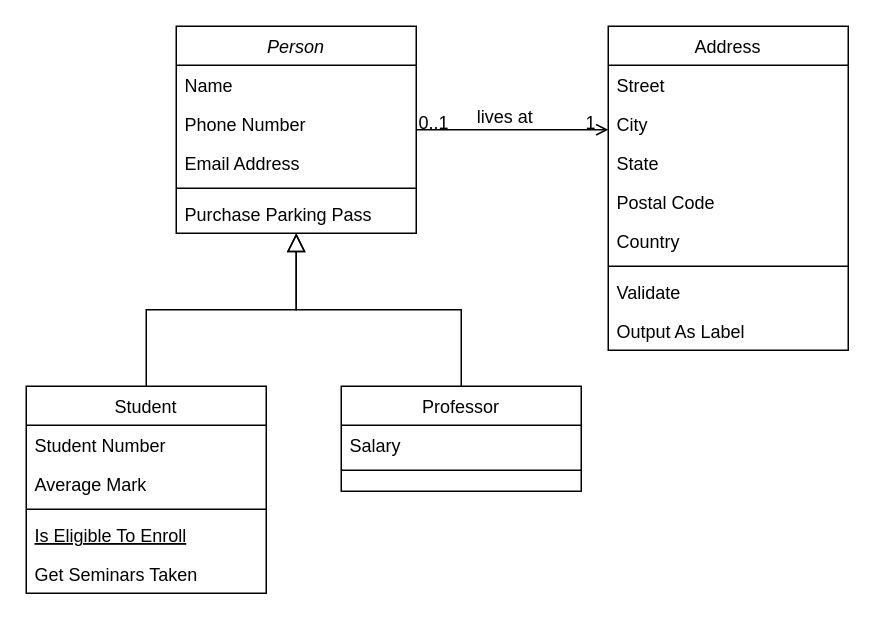
Earlier version of the draw.io diagram Diagram zonder titel.drawio (Luukmuskens/WinFormsBlackJackApp1). Source tidied: cells renumbered, new cells numbered last; positions are measured from the earlier drawing's top-left corner, leaving out a move shared by most shapes. Both pictures are drawn from the tidied source at 150%, with x=0, y=0 at pixel (26, 26).
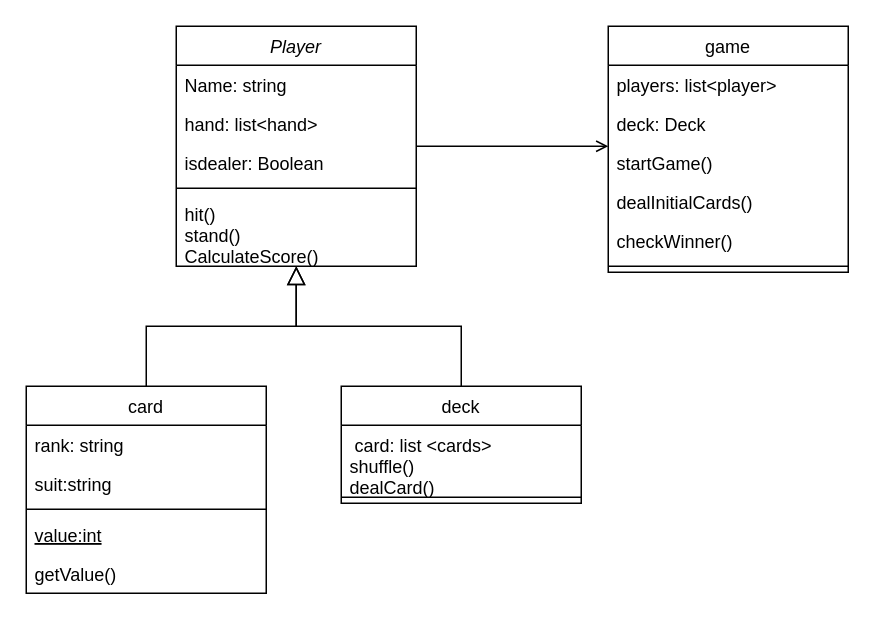
Above is the later version.

Commit message:
blackjack compleet

The change refers to these unchanged cells:
```xml
<mxCell id="28" style="endArrow=open;shadow=0;strokeWidth=1;rounded=0;curved=0;endFill=1;edgeStyle=elbowEdgeStyle;elbow=vertical;" parent="1" edge="1" source="2" target="19">
  <mxGeometry x="0.5" y="41" relative="1" as="geometry">
    <mxPoint x="-40" y="32" as="offset" />
  </mxGeometry>
</mxCell>
```

Change to the diagram source:
```diff
@@
-    <mxCell id="2" value="Person" style="swimlane;fontStyle=2;align=center;verticalAlign=top;horizontal=1;startSize=26;rounded=0;shadow=0;strokeWidth=1;" parent="1" vertex="1">
-      <mxGeometry x="100" width="160" height="138" as="geometry" />
+    <mxCell id="2" value="Player" style="swimlane;fontStyle=2;align=center;verticalAlign=top;horizontal=1;startSize=26;rounded=0;shadow=0;strokeWidth=1;" parent="1" vertex="1">
+      <mxGeometry x="100" width="160" height="160" as="geometry" />
     </mxCell>
-    <mxCell id="3" value="Name" style="text;align=left;verticalAlign=top;spacingLeft=4;spacingRight=4;overflow=hidden;" parent="2" vertex="1">
+    <mxCell id="3" value="Name: string" style="text;align=left;verticalAlign=top;spacingLeft=4;spacingRight=4;overflow=hidden;" parent="2" vertex="1">
       <mxGeometry y="26" width="160" height="26" as="geometry" />
     </mxCell>
-    <mxCell id="4" value="Phone Number" style="text;align=left;verticalAlign=top;spacingLeft=4;spacingRight=4;overflow=hidden;rounded=0;shadow=0;html=0;" parent="2" vertex="1">
+    <mxCell id="4" value="hand: list&lt;hand&gt;" style="text;align=left;verticalAlign=top;spacingLeft=4;spacingRight=4;overflow=hidden;rounded=0;shadow=0;html=0;" parent="2" vertex="1">
       <mxGeometry y="52" width="160" height="26" as="geometry" />
     </mxCell>
-    <mxCell id="5" value="Email Address" style="text;align=left;verticalAlign=top;spacingLeft=4;spacingRight=4;overflow=hidden;rounded=0;shadow=0;html=0;" parent="2" vertex="1">
+    <mxCell id="5" value="isdealer: Boolean " style="text;align=left;verticalAlign=top;spacingLeft=4;spacingRight=4;overflow=hidden;rounded=0;shadow=0;html=0;" parent="2" vertex="1">
       <mxGeometry y="78" width="160" height="26" as="geometry" />
     </mxCell>
@@
-    <mxCell id="7" value="Purchase Parking Pass" style="text;align=left;verticalAlign=top;spacingLeft=4;spacingRight=4;overflow=hidden;" parent="2" vertex="1">
-      <mxGeometry y="112" width="160" height="26" as="geometry" />
+    <mxCell id="7" value="hit()&#10;stand()&#10;CalculateScore()" style="text;align=left;verticalAlign=top;spacingLeft=4;spacingRight=4;overflow=hidden;" parent="2" vertex="1">
+      <mxGeometry y="112" width="160" height="48" as="geometry" />
     </mxCell>
-    <mxCell id="8" value="Student" style="swimlane;fontStyle=0;align=center;verticalAlign=top;horizontal=1;startSize=26;rounded=0;shadow=0;strokeWidth=1;" parent="1" vertex="1">
+    <mxCell id="8" value="card" style="swimlane;fontStyle=0;align=center;verticalAlign=top;horizontal=1;startSize=26;rounded=0;shadow=0;strokeWidth=1;" parent="1" vertex="1">
       <mxGeometry y="240" width="160" height="138" as="geometry" />
     </mxCell>
-    <mxCell id="9" value="Student Number" style="text;align=left;verticalAlign=top;spacingLeft=4;spacingRight=4;overflow=hidden;" parent="8" vertex="1">
+    <mxCell id="9" value="rank: string&#10;" style="text;align=left;verticalAlign=top;spacingLeft=4;spacingRight=4;overflow=hidden;" parent="8" vertex="1">
       <mxGeometry y="26" width="160" height="26" as="geometry" />
     </mxCell>
-    <mxCell id="10" value="Average Mark" style="text;align=left;verticalAlign=top;spacingLeft=4;spacingRight=4;overflow=hidden;rounded=0;shadow=0;html=0;" parent="8" vertex="1">
+    <mxCell id="10" value="suit:string" style="text;align=left;verticalAlign=top;spacingLeft=4;spacingRight=4;overflow=hidden;rounded=0;shadow=0;html=0;" parent="8" vertex="1">
       <mxGeometry y="52" width="160" height="26" as="geometry" />
     </mxCell>
@@
-    <mxCell id="12" value="Is Eligible To Enroll" style="text;align=left;verticalAlign=top;spacingLeft=4;spacingRight=4;overflow=hidden;fontStyle=4;" parent="8" vertex="1">
+    <mxCell id="12" value="value:int&#10;" style="text;align=left;verticalAlign=top;spacingLeft=4;spacingRight=4;overflow=hidden;fontStyle=4;" parent="8" vertex="1">
       <mxGeometry y="86" width="160" height="26" as="geometry" />
     </mxCell>
-    <mxCell id="13" value="Get Seminars Taken" style="text;align=left;verticalAlign=top;spacingLeft=4;spacingRight=4;overflow=hidden;" parent="8" vertex="1">
+    <mxCell id="13" value="getValue()" style="text;align=left;verticalAlign=top;spacingLeft=4;spacingRight=4;overflow=hidden;" parent="8" vertex="1">
       <mxGeometry y="112" width="160" height="26" as="geometry" />
     </mxCell>
@@
-    <mxCell id="15" value="Professor" style="swimlane;fontStyle=0;align=center;verticalAlign=top;horizontal=1;startSize=26;rounded=0;shadow=0;strokeWidth=1;" parent="1" vertex="1">
-      <mxGeometry x="210" y="240" width="160" height="70" as="geometry" />
+    <mxCell id="15" value="deck" style="swimlane;fontStyle=0;align=center;verticalAlign=top;horizontal=1;startSize=26;rounded=0;shadow=0;strokeWidth=1;" parent="1" vertex="1">
+      <mxGeometry x="210" y="240" width="160" height="78" as="geometry" />
     </mxCell>
-    <mxCell id="16" value="Salary" style="text;align=left;verticalAlign=top;spacingLeft=4;spacingRight=4;overflow=hidden;" parent="15" vertex="1">
-      <mxGeometry y="26" width="160" height="26" as="geometry" />
+    <mxCell id="16" value=" card: list &lt;cards&gt;&#10;shuffle()&#10;dealCard()" style="text;align=left;verticalAlign=top;spacingLeft=4;spacingRight=4;overflow=hidden;" parent="15" vertex="1">
+      <mxGeometry y="26" width="160" height="44" as="geometry" />
     </mxCell>
     <mxCell id="17" style="line;html=1;strokeWidth=1;align=left;verticalAlign=middle;spacingTop=-1;spacingLeft=3;spacingRight=3;labelPosition=right;" parent="15" vertex="1">
-      <mxGeometry y="52" width="160" height="8" as="geometry" />
+      <mxGeometry y="70" width="160" height="8" as="geometry" />
     </mxCell>
@@
-    <mxCell id="19" value="Address" style="swimlane;fontStyle=0;align=center;verticalAlign=top;horizontal=1;startSize=26;rounded=0;shadow=0;strokeWidth=1;" parent="1" vertex="1">
-      <mxGeometry x="388" width="160" height="216" as="geometry" />
+    <mxCell id="19" value="game" style="swimlane;fontStyle=0;align=center;verticalAlign=top;horizontal=1;startSize=26;rounded=0;shadow=0;strokeWidth=1;" parent="1" vertex="1">
+      <mxGeometry x="388" width="160" height="164" as="geometry" />
     </mxCell>
-    <mxCell id="20" value="Street" style="text;align=left;verticalAlign=top;spacingLeft=4;spacingRight=4;overflow=hidden;" parent="19" vertex="1">
+    <mxCell id="20" value="players: list&lt;player&gt;" style="text;align=left;verticalAlign=top;spacingLeft=4;spacingRight=4;overflow=hidden;" parent="19" vertex="1">
       <mxGeometry y="26" width="160" height="26" as="geometry" />
     </mxCell>
-    <mxCell id="21" value="City" style="text;align=left;verticalAlign=top;spacingLeft=4;spacingRight=4;overflow=hidden;rounded=0;shadow=0;html=0;" parent="19" vertex="1">
+    <mxCell id="21" value="deck: Deck" style="text;align=left;verticalAlign=top;spacingLeft=4;spacingRight=4;overflow=hidden;rounded=0;shadow=0;html=0;" parent="19" vertex="1">
       <mxGeometry y="52" width="160" height="26" as="geometry" />
     </mxCell>
-    <mxCell id="22" value="State" style="text;align=left;verticalAlign=top;spacingLeft=4;spacingRight=4;overflow=hidden;rounded=0;shadow=0;html=0;" parent="19" vertex="1">
+    <mxCell id="22" value="startGame()" style="text;align=left;verticalAlign=top;spacingLeft=4;spacingRight=4;overflow=hidden;rounded=0;shadow=0;html=0;" parent="19" vertex="1">
       <mxGeometry y="78" width="160" height="26" as="geometry" />
     </mxCell>
-    <mxCell id="23" value="Postal Code" style="text;align=left;verticalAlign=top;spacingLeft=4;spacingRight=4;overflow=hidden;rounded=0;shadow=0;html=0;" parent="19" vertex="1">
+    <mxCell id="23" value="dealInitialCards()" style="text;align=left;verticalAlign=top;spacingLeft=4;spacingRight=4;overflow=hidden;rounded=0;shadow=0;html=0;" parent="19" vertex="1">
       <mxGeometry y="104" width="160" height="26" as="geometry" />
     </mxCell>
-    <mxCell id="24" value="Country" style="text;align=left;verticalAlign=top;spacingLeft=4;spacingRight=4;overflow=hidden;rounded=0;shadow=0;html=0;" parent="19" vertex="1">
+    <mxCell id="24" value="checkWinner()" style="text;align=left;verticalAlign=top;spacingLeft=4;spacingRight=4;overflow=hidden;rounded=0;shadow=0;html=0;" parent="19" vertex="1">
       <mxGeometry y="130" width="160" height="26" as="geometry" />
     </mxCell>
@@
-    <mxCell id="26" value="Validate" style="text;align=left;verticalAlign=top;spacingLeft=4;spacingRight=4;overflow=hidden;" parent="19" vertex="1">
-      <mxGeometry y="164" width="160" height="26" as="geometry" />
-    </mxCell>
-    <mxCell id="27" value="Output As Label" style="text;align=left;verticalAlign=top;spacingLeft=4;spacingRight=4;overflow=hidden;" parent="19" vertex="1">
-      <mxGeometry y="190" width="160" height="26" as="geometry" />
-    </mxCell>
@@
-    <mxCell id="29" value="0..1" style="align=left;verticalAlign=bottom;labelBackgroundColor=none;fontSize=12;" parent="28" vertex="1">
-      <mxGeometry x="-1" relative="1" as="geometry">
-        <mxPoint y="4" as="offset" />
-      </mxGeometry>
-    </mxCell>
-    <mxCell id="30" value="1" style="align=right;verticalAlign=bottom;labelBackgroundColor=none;fontSize=12;" parent="28" vertex="1">
-      <mxGeometry x="1" relative="1" as="geometry">
-        <mxPoint x="-7" y="4" as="offset" />
-      </mxGeometry>
-    </mxCell>
-    <mxCell id="31" value="lives at" style="text;html=1;align=center;verticalAlign=middle;labelBackgroundColor=none;rounded=0;shadow=0;strokeWidth=1;fontSize=12;" parent="28" vertex="1">
-      <mxGeometry x="0.5" y="49" relative="1" as="geometry">
-        <mxPoint x="-38" y="40" as="offset" />
-      </mxGeometry>
-    </mxCell>
```
